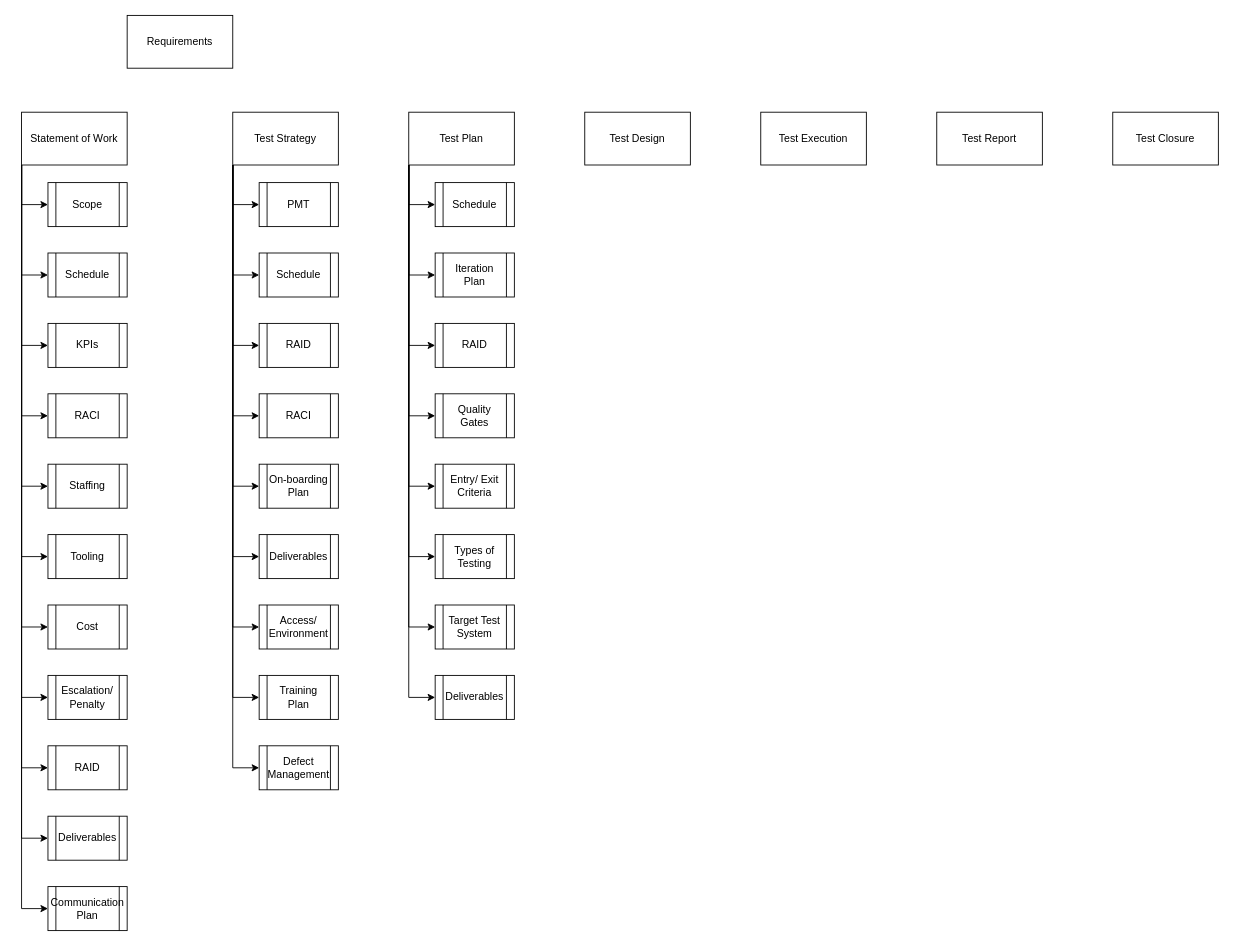
This is page "Page-1" (1 of 2) of QE Process Mapping .drawio from ilanjaya/TestCOE, a draw.io file, before an edit. Source tidied: cells renumbered, new cells numbered last; positions are measured from the earlier drawing's top-left corner, leaving out a move shared by most shapes. Both pictures are drawn from the tidied source at 88%, with x=0, y=0 at pixel (21, 15).
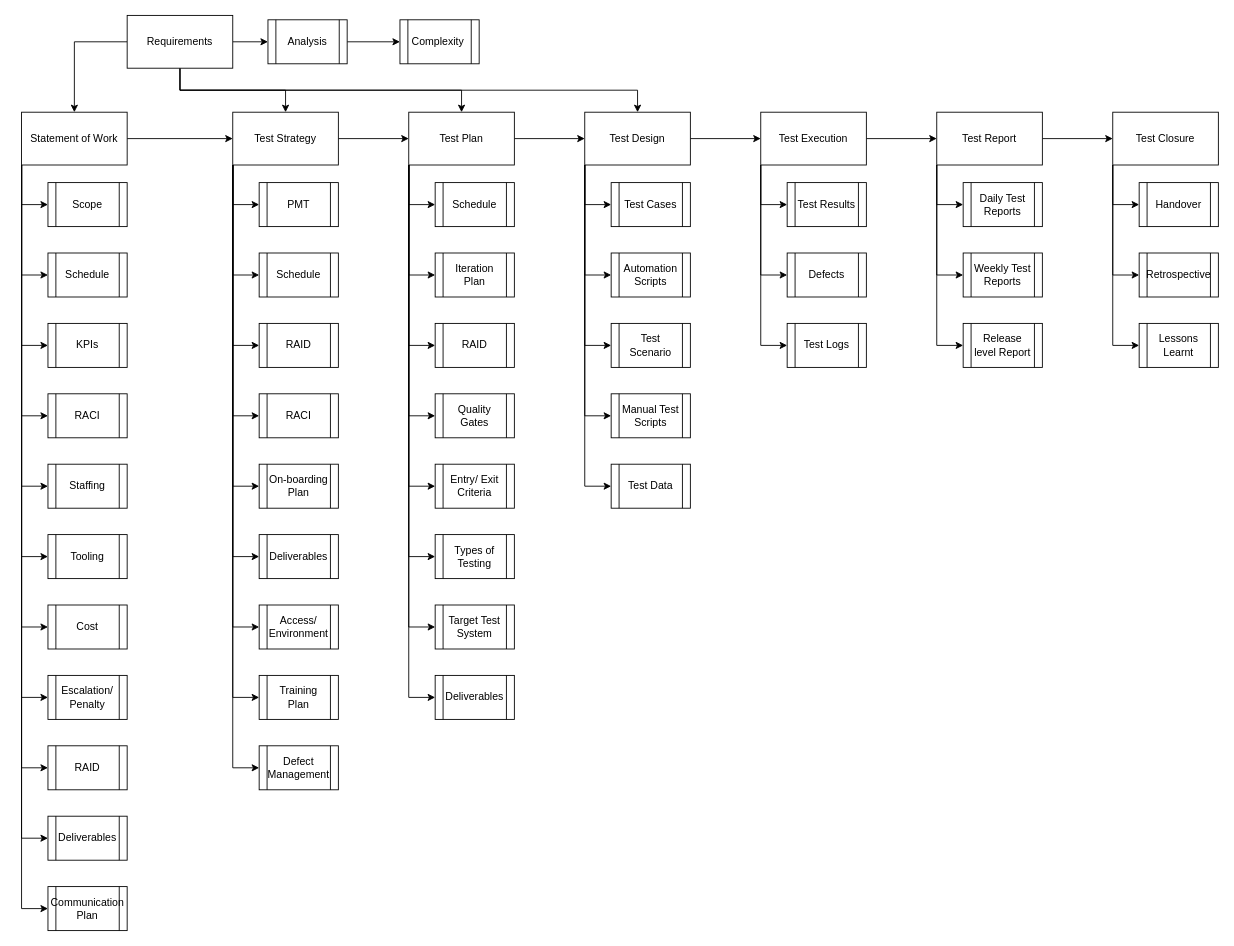
After the change.

Unchanged cells that the change refers to:
```xml
<mxCell id="13" value="Statement of Work" style="rounded=0;whiteSpace=wrap;html=1;" parent="1" vertex="1">
  <mxGeometry y="110" width="120" height="60" as="geometry" />
</mxCell>
<mxCell id="14" value="Requirements" style="rounded=0;whiteSpace=wrap;html=1;" parent="1" vertex="1">
  <mxGeometry x="120" width="120" height="60" as="geometry" />
</mxCell>
<mxCell id="24" value="Test Strategy" style="rounded=0;whiteSpace=wrap;html=1;" parent="1" vertex="1">
  <mxGeometry x="240" y="110" width="120" height="60" as="geometry" />
</mxCell>
<mxCell id="33" value="Test Plan" style="rounded=0;whiteSpace=wrap;html=1;" parent="1" vertex="1">
  <mxGeometry x="440" y="110" width="120" height="60" as="geometry" />
</mxCell>
<mxCell id="34" value="Test Design" style="rounded=0;whiteSpace=wrap;html=1;" parent="1" vertex="1">
  <mxGeometry x="640" y="110" width="120" height="60" as="geometry" />
</mxCell>
<mxCell id="35" value="Test Execution" style="rounded=0;whiteSpace=wrap;html=1;" parent="1" vertex="1">
  <mxGeometry x="840" y="110" width="120" height="60" as="geometry" />
</mxCell>
<mxCell id="36" value="Test Report" style="rounded=0;whiteSpace=wrap;html=1;" parent="1" vertex="1">
  <mxGeometry x="1040" y="110" width="120" height="60" as="geometry" />
</mxCell>
<mxCell id="37" value="Test Closure" style="rounded=0;whiteSpace=wrap;html=1;" parent="1" vertex="1">
  <mxGeometry x="1240" y="110" width="120" height="60" as="geometry" />
</mxCell>
```

Diff of the diagram source:
```diff
@@
+    <mxCell id="66" style="edgeStyle=orthogonalEdgeStyle;rounded=0;jettySize=auto;html=1;exitX=1;exitY=0.5;exitDx=0;exitDy=0;entryX=0;entryY=0.5;entryDx=0;entryDy=0;" parent="1" edge="1" source="13" target="24">
+      <mxGeometry relative="1" as="geometry" />
+    </mxCell>
@@
+    <mxCell id="67" style="edgeStyle=orthogonalEdgeStyle;rounded=0;jettySize=auto;html=1;exitX=1;exitY=0.5;exitDx=0;exitDy=0;entryX=0;entryY=0.5;entryDx=0;entryDy=0;" parent="1" edge="1" source="14" target="106">
+      <mxGeometry relative="1" as="geometry" />
+    </mxCell>
+    <mxCell id="68" style="edgeStyle=orthogonalEdgeStyle;rounded=0;jettySize=auto;html=1;exitX=0;exitY=0.5;exitDx=0;exitDy=0;entryX=0.5;entryY=0;entryDx=0;entryDy=0;startArrow=none;startFill=0;" parent="1" edge="1" source="14" target="13">
+      <mxGeometry relative="1" as="geometry" />
+    </mxCell>
+    <mxCell id="69" style="edgeStyle=orthogonalEdgeStyle;rounded=0;jettySize=auto;html=1;exitX=0.5;exitY=1;exitDx=0;exitDy=0;entryX=0.5;entryY=0;entryDx=0;entryDy=0;startArrow=none;startFill=0;" parent="1" edge="1" source="14" target="24">
+      <mxGeometry relative="1" as="geometry" />
+    </mxCell>
+    <mxCell id="70" style="edgeStyle=orthogonalEdgeStyle;rounded=0;jettySize=auto;html=1;exitX=0.5;exitY=1;exitDx=0;exitDy=0;entryX=0.5;entryY=0;entryDx=0;entryDy=0;startArrow=none;startFill=0;" parent="1" edge="1" source="14" target="33">
+      <mxGeometry relative="1" as="geometry" />
+    </mxCell>
+    <mxCell id="71" style="edgeStyle=orthogonalEdgeStyle;rounded=0;jettySize=auto;html=1;exitX=0.5;exitY=1;exitDx=0;exitDy=0;startArrow=none;startFill=0;" parent="1" edge="1" source="14" target="34">
+      <mxGeometry relative="1" as="geometry" />
+    </mxCell>
@@
+    <mxCell id="72" style="edgeStyle=orthogonalEdgeStyle;rounded=0;jettySize=auto;html=1;exitX=1;exitY=0.5;exitDx=0;exitDy=0;entryX=0;entryY=0.5;entryDx=0;entryDy=0;" parent="1" edge="1" source="24" target="33">
+      <mxGeometry relative="1" as="geometry" />
+    </mxCell>
@@
+    <mxCell id="73" style="edgeStyle=orthogonalEdgeStyle;rounded=0;jettySize=auto;html=1;exitX=1;exitY=0.5;exitDx=0;exitDy=0;entryX=0;entryY=0.5;entryDx=0;entryDy=0;" parent="1" edge="1" source="33" target="34">
+      <mxGeometry relative="1" as="geometry" />
+    </mxCell>
@@
+    <mxCell id="74" style="edgeStyle=orthogonalEdgeStyle;rounded=0;jettySize=auto;html=1;exitX=0;exitY=1;exitDx=0;exitDy=0;entryX=0;entryY=0.5;entryDx=0;entryDy=0;" parent="1" edge="1" source="34" target="95">
+      <mxGeometry relative="1" as="geometry" />
+    </mxCell>
+    <mxCell id="75" style="edgeStyle=orthogonalEdgeStyle;rounded=0;jettySize=auto;html=1;exitX=0;exitY=1;exitDx=0;exitDy=0;entryX=0;entryY=0.5;entryDx=0;entryDy=0;" parent="1" edge="1" source="34" target="94">
+      <mxGeometry relative="1" as="geometry" />
+    </mxCell>
+    <mxCell id="76" style="edgeStyle=orthogonalEdgeStyle;rounded=0;jettySize=auto;html=1;exitX=0;exitY=1;exitDx=0;exitDy=0;entryX=0;entryY=0.5;entryDx=0;entryDy=0;" parent="1" edge="1" source="34" target="93">
+      <mxGeometry relative="1" as="geometry" />
+    </mxCell>
+    <mxCell id="77" style="edgeStyle=orthogonalEdgeStyle;rounded=0;jettySize=auto;html=1;exitX=0;exitY=1;exitDx=0;exitDy=0;entryX=0;entryY=0.5;entryDx=0;entryDy=0;" parent="1" edge="1" source="34" target="92">
+      <mxGeometry relative="1" as="geometry" />
+    </mxCell>
+    <mxCell id="78" style="edgeStyle=orthogonalEdgeStyle;rounded=0;jettySize=auto;html=1;exitX=0;exitY=1;exitDx=0;exitDy=0;entryX=0;entryY=0.5;entryDx=0;entryDy=0;" parent="1" edge="1" source="34" target="91">
+      <mxGeometry relative="1" as="geometry" />
+    </mxCell>
+    <mxCell id="79" style="edgeStyle=orthogonalEdgeStyle;rounded=0;jettySize=auto;html=1;exitX=1;exitY=0.5;exitDx=0;exitDy=0;entryX=0;entryY=0.5;entryDx=0;entryDy=0;" parent="1" edge="1" source="34" target="35">
+      <mxGeometry relative="1" as="geometry" />
+    </mxCell>
@@
+    <mxCell id="80" style="edgeStyle=orthogonalEdgeStyle;rounded=0;jettySize=auto;html=1;exitX=0;exitY=1;exitDx=0;exitDy=0;entryX=0;entryY=0.5;entryDx=0;entryDy=0;" parent="1" edge="1" source="35" target="98">
+      <mxGeometry relative="1" as="geometry" />
+    </mxCell>
+    <mxCell id="81" style="edgeStyle=orthogonalEdgeStyle;rounded=0;jettySize=auto;html=1;exitX=0;exitY=1;exitDx=0;exitDy=0;entryX=0;entryY=0.5;entryDx=0;entryDy=0;" parent="1" edge="1" source="35" target="97">
+      <mxGeometry relative="1" as="geometry" />
+    </mxCell>
+    <mxCell id="82" style="edgeStyle=orthogonalEdgeStyle;rounded=0;jettySize=auto;html=1;exitX=0;exitY=1;exitDx=0;exitDy=0;entryX=0;entryY=0.5;entryDx=0;entryDy=0;" parent="1" edge="1" source="35" target="96">
+      <mxGeometry relative="1" as="geometry" />
+    </mxCell>
+    <mxCell id="83" style="edgeStyle=orthogonalEdgeStyle;rounded=0;jettySize=auto;html=1;exitX=1;exitY=0.5;exitDx=0;exitDy=0;entryX=0;entryY=0.5;entryDx=0;entryDy=0;" parent="1" edge="1" source="35" target="36">
+      <mxGeometry relative="1" as="geometry" />
+    </mxCell>
@@
+    <mxCell id="84" style="edgeStyle=orthogonalEdgeStyle;rounded=0;jettySize=auto;html=1;exitX=0;exitY=1;exitDx=0;exitDy=0;entryX=0;entryY=0.5;entryDx=0;entryDy=0;" parent="1" edge="1" source="36" target="101">
+      <mxGeometry relative="1" as="geometry" />
+    </mxCell>
+    <mxCell id="85" style="edgeStyle=orthogonalEdgeStyle;rounded=0;jettySize=auto;html=1;exitX=0;exitY=1;exitDx=0;exitDy=0;entryX=0;entryY=0.5;entryDx=0;entryDy=0;" parent="1" edge="1" source="36" target="100">
+      <mxGeometry relative="1" as="geometry" />
+    </mxCell>
+    <mxCell id="86" style="edgeStyle=orthogonalEdgeStyle;rounded=0;jettySize=auto;html=1;exitX=0;exitY=1;exitDx=0;exitDy=0;entryX=0;entryY=0.5;entryDx=0;entryDy=0;" parent="1" edge="1" source="36" target="99">
+      <mxGeometry relative="1" as="geometry" />
+    </mxCell>
+    <mxCell id="87" style="edgeStyle=orthogonalEdgeStyle;rounded=0;jettySize=auto;html=1;exitX=1;exitY=0.5;exitDx=0;exitDy=0;entryX=0;entryY=0.5;entryDx=0;entryDy=0;" parent="1" edge="1" source="36" target="37">
+      <mxGeometry relative="1" as="geometry" />
+    </mxCell>
@@
+    <mxCell id="88" style="edgeStyle=orthogonalEdgeStyle;rounded=0;jettySize=auto;html=1;exitX=0;exitY=1;exitDx=0;exitDy=0;entryX=0;entryY=0.5;entryDx=0;entryDy=0;" parent="1" edge="1" source="37" target="104">
+      <mxGeometry relative="1" as="geometry" />
+    </mxCell>
+    <mxCell id="89" style="edgeStyle=orthogonalEdgeStyle;rounded=0;jettySize=auto;html=1;exitX=0;exitY=1;exitDx=0;exitDy=0;entryX=0;entryY=0.5;entryDx=0;entryDy=0;" parent="1" edge="1" source="37" target="103">
+      <mxGeometry relative="1" as="geometry" />
+    </mxCell>
+    <mxCell id="90" style="edgeStyle=orthogonalEdgeStyle;rounded=0;jettySize=auto;html=1;exitX=0;exitY=1;exitDx=0;exitDy=0;entryX=0;entryY=0.5;entryDx=0;entryDy=0;" parent="1" edge="1" source="37" target="102">
+      <mxGeometry relative="1" as="geometry" />
+    </mxCell>
@@
+    <mxCell id="91" value="Test Cases" style="shape=process;whiteSpace=wrap;html=1;backgroundOutline=1;" parent="1" vertex="1">
+      <mxGeometry x="670" y="190" width="90" height="50" as="geometry" />
+    </mxCell>
+    <mxCell id="92" value="Automation Scripts" style="shape=process;whiteSpace=wrap;html=1;backgroundOutline=1;" parent="1" vertex="1">
+      <mxGeometry x="670" y="270" width="90" height="50" as="geometry" />
+    </mxCell>
+    <mxCell id="93" value="Test Scenario" style="shape=process;whiteSpace=wrap;html=1;backgroundOutline=1;" parent="1" vertex="1">
+      <mxGeometry x="670" y="350" width="90" height="50" as="geometry" />
+    </mxCell>
+    <mxCell id="94" value="Manual Test Scripts" style="shape=process;whiteSpace=wrap;html=1;backgroundOutline=1;" parent="1" vertex="1">
+      <mxGeometry x="670" y="430" width="90" height="50" as="geometry" />
+    </mxCell>
+    <mxCell id="95" value="Test Data" style="shape=process;whiteSpace=wrap;html=1;backgroundOutline=1;" parent="1" vertex="1">
+      <mxGeometry x="670" y="510" width="90" height="50" as="geometry" />
+    </mxCell>
+    <mxCell id="96" value="Test Results" style="shape=process;whiteSpace=wrap;html=1;backgroundOutline=1;" parent="1" vertex="1">
+      <mxGeometry x="870" y="190" width="90" height="50" as="geometry" />
+    </mxCell>
+    <mxCell id="97" value="Defects" style="shape=process;whiteSpace=wrap;html=1;backgroundOutline=1;" parent="1" vertex="1">
+      <mxGeometry x="870" y="270" width="90" height="50" as="geometry" />
+    </mxCell>
+    <mxCell id="98" value="Test Logs" style="shape=process;whiteSpace=wrap;html=1;backgroundOutline=1;" parent="1" vertex="1">
+      <mxGeometry x="870" y="350" width="90" height="50" as="geometry" />
+    </mxCell>
+    <mxCell id="99" value="Daily Test Reports" style="shape=process;whiteSpace=wrap;html=1;backgroundOutline=1;" parent="1" vertex="1">
+      <mxGeometry x="1070" y="190" width="90" height="50" as="geometry" />
+    </mxCell>
+    <mxCell id="100" value="Weekly Test Reports" style="shape=process;whiteSpace=wrap;html=1;backgroundOutline=1;" parent="1" vertex="1">
+      <mxGeometry x="1070" y="270" width="90" height="50" as="geometry" />
+    </mxCell>
+    <mxCell id="101" value="Release level Report" style="shape=process;whiteSpace=wrap;html=1;backgroundOutline=1;" parent="1" vertex="1">
+      <mxGeometry x="1070" y="350" width="90" height="50" as="geometry" />
+    </mxCell>
+    <mxCell id="102" value="Handover" style="shape=process;whiteSpace=wrap;html=1;backgroundOutline=1;" parent="1" vertex="1">
+      <mxGeometry x="1270" y="190" width="90" height="50" as="geometry" />
+    </mxCell>
+    <mxCell id="103" value="Retrospective" style="shape=process;whiteSpace=wrap;html=1;backgroundOutline=1;" parent="1" vertex="1">
+      <mxGeometry x="1270" y="270" width="90" height="50" as="geometry" />
+    </mxCell>
+    <mxCell id="104" value="Lessons Learnt" style="shape=process;whiteSpace=wrap;html=1;backgroundOutline=1;" parent="1" vertex="1">
+      <mxGeometry x="1270" y="350" width="90" height="50" as="geometry" />
+    </mxCell>
+    <mxCell id="105" style="edgeStyle=orthogonalEdgeStyle;rounded=0;jettySize=auto;html=1;exitX=1;exitY=0.5;exitDx=0;exitDy=0;entryX=0;entryY=0.5;entryDx=0;entryDy=0;" parent="1" edge="1" source="106" target="107">
+      <mxGeometry relative="1" as="geometry" />
+    </mxCell>
+    <mxCell id="106" value="Analysis" style="shape=process;whiteSpace=wrap;html=1;backgroundOutline=1;" parent="1" vertex="1">
+      <mxGeometry x="280" y="5" width="90" height="50" as="geometry" />
+    </mxCell>
+    <mxCell id="107" value="Complexity&amp;nbsp;" style="shape=process;whiteSpace=wrap;html=1;backgroundOutline=1;" parent="1" vertex="1">
+      <mxGeometry x="430" y="5" width="90" height="50" as="geometry" />
+    </mxCell>
```
